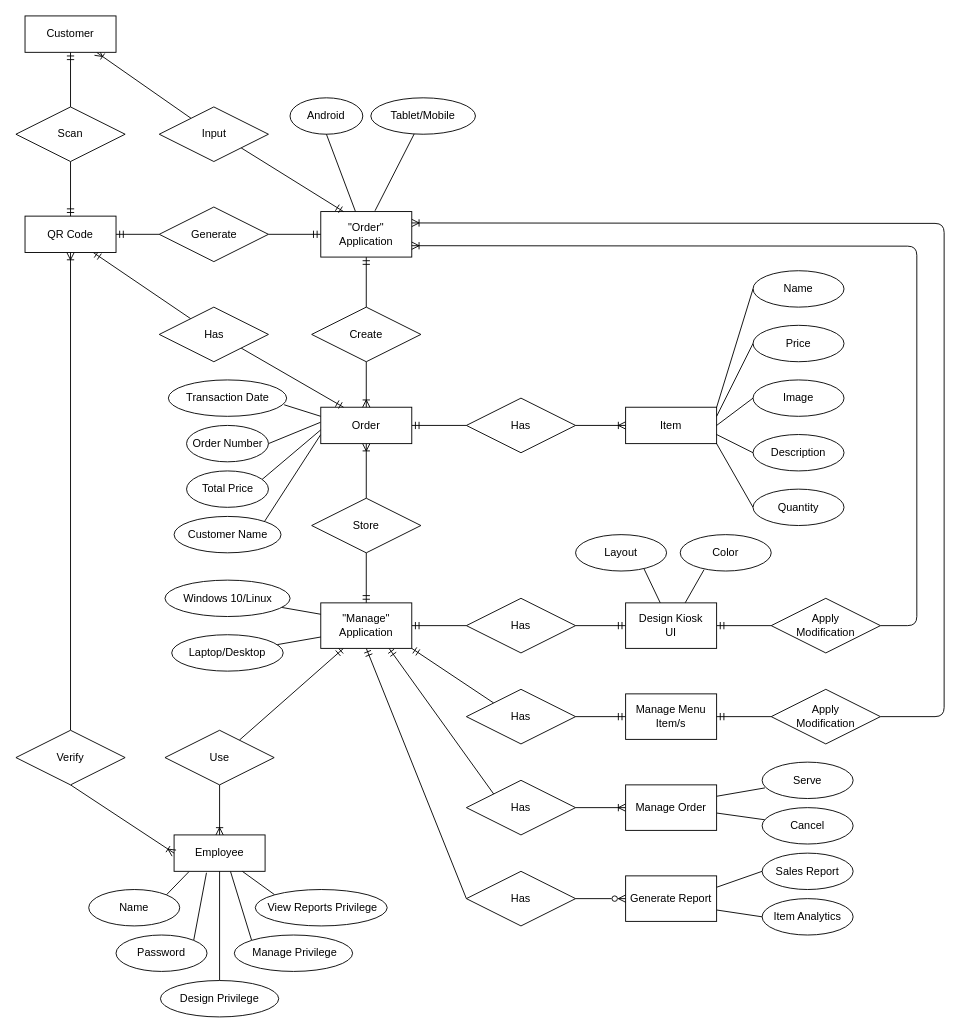
Above: DOCS/Diagrams/Traditional ERD Diagram.drawio in alexxGmZ/MenuMaApp (draw.io), before the change. Source tidied: cells renumbered, new cells numbered last; positions are measured from the earlier drawing's top-left corner, leaving out a move shared by most shapes. Both pictures are drawn from the tidied source at 91%, with x=0, y=0 at pixel (15, 15).
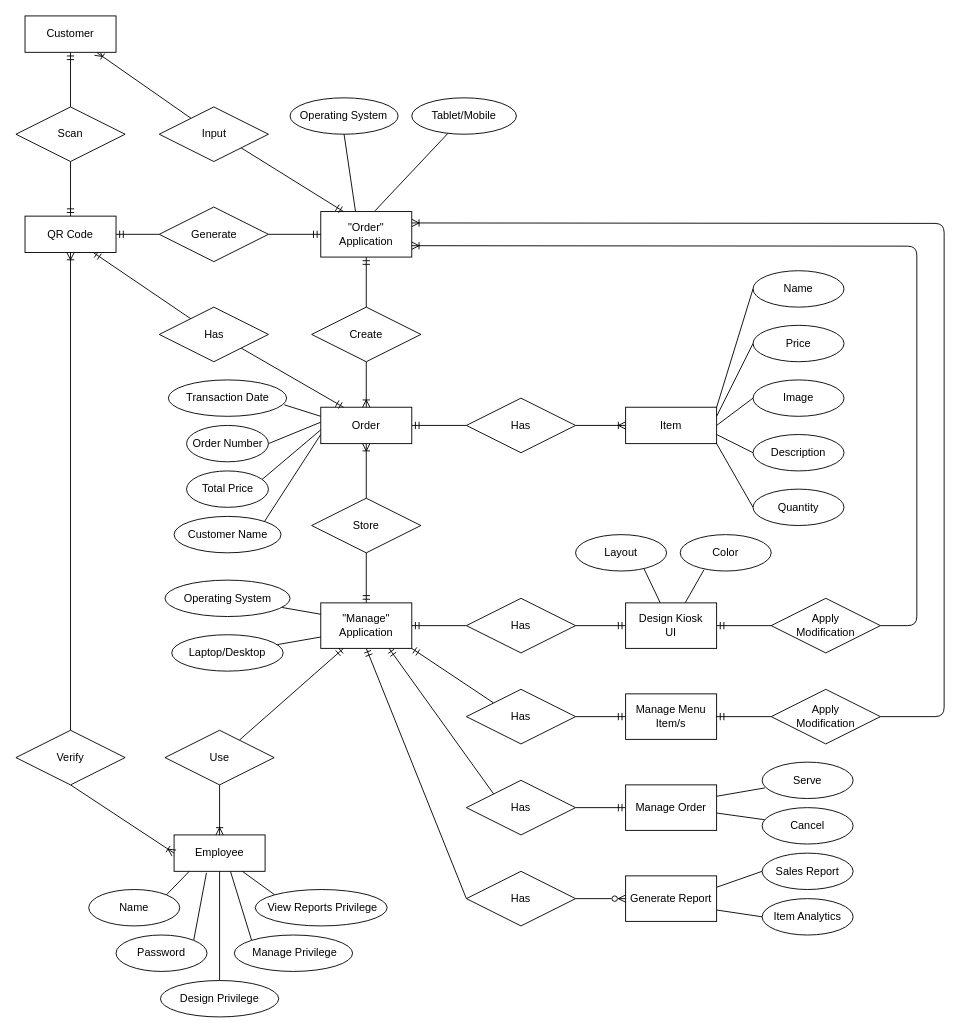
Above is the later version.

Commit message (it also covers changes not shown here):
diagram: update cfd, dfd, trad-erd, agile

Unchanged cells that the change refers to:
```xml
<mxCell id="81" value="Manage&amp;nbsp;Order" style="whiteSpace=wrap;html=1;align=center;" parent="1" vertex="1">
  <mxGeometry x="670" y="845" width="100" height="50" as="geometry" />
</mxCell>
<mxCell id="85" value="Has" style="shape=rhombus;perimeter=rhombusPerimeter;whiteSpace=wrap;html=1;align=center;" parent="1" vertex="1">
  <mxGeometry x="495" y="840" width="120" height="60" as="geometry" />
</mxCell>
```

What changed in the source:
```diff
@@
-    <mxCell id="44" value="Android" style="ellipse;whiteSpace=wrap;html=1;align=center;" parent="1" vertex="1">
-      <mxGeometry x="301.2" y="90" width="80" height="40" as="geometry" />
+    <mxCell id="44" value="Operating System" style="ellipse;whiteSpace=wrap;html=1;align=center;" parent="1" vertex="1">
+      <mxGeometry x="301.2" y="90" width="118.8" height="40" as="geometry" />
     </mxCell>
     <mxCell id="45" value="Tablet/Mobile" style="ellipse;whiteSpace=wrap;html=1;align=center;" parent="1" vertex="1">
-      <mxGeometry x="390" y="90" width="115" height="40" as="geometry" />
+      <mxGeometry x="435" y="90" width="115" height="40" as="geometry" />
     </mxCell>
@@
-    <mxCell id="78" style="edgeStyle=none;rounded=1;html=1;exitX=0;exitY=0.5;exitDx=0;exitDy=0;startArrow=ERoneToMany;startFill=0;endArrow=none;endFill=0;entryX=1;entryY=0.5;entryDx=0;entryDy=0;" parent="1" edge="1" source="81" target="85">
+    <mxCell id="78" style="edgeStyle=none;rounded=1;html=1;exitX=0;exitY=0.5;exitDx=0;exitDy=0;startArrow=ERmandOne;startFill=0;endArrow=none;endFill=0;entryX=1;entryY=0.5;entryDx=0;entryDy=0;" parent="1" edge="1" source="81" target="85">
       <mxGeometry relative="1" as="geometry" />
     </mxCell>
@@
-    <mxCell id="93" value="Windows 10/Linux" style="ellipse;whiteSpace=wrap;html=1;align=center;" parent="1" vertex="1">
+    <mxCell id="93" value="Operating System" style="ellipse;whiteSpace=wrap;html=1;align=center;" parent="1" vertex="1">
       <mxGeometry x="163.8" y="620" width="137.5" height="40" as="geometry" />
     </mxCell>
```
